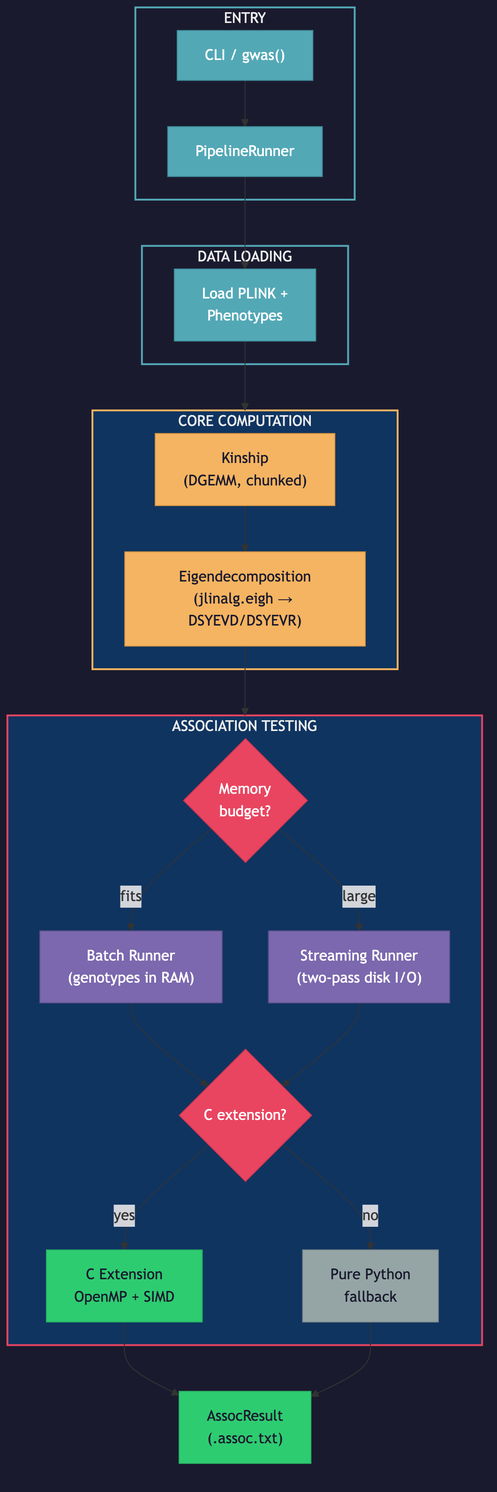
Before: docs/architecture.png, a diagram exported from Mermaid (michael-denyer/jamma). Its source is kept beside it as docs/architecture.mmd.
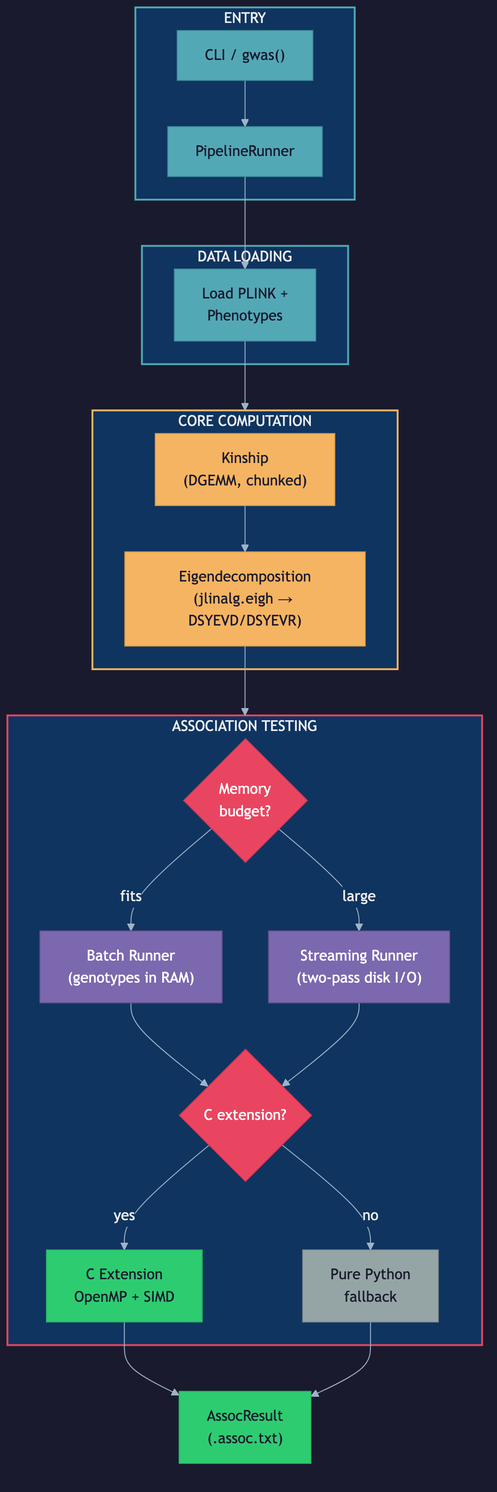
Above is the later version.

Commit message:
Fix the architecture diagram's arrows, edge labels and contrast (#352)

The edit, as a diff of the source:
```diff
@@ -1,3 +1,11 @@
+---
+config:
+  theme: base
+  themeVariables:
+    lineColor: "#9fb3c8"
+    primaryTextColor: "#eeeeee"
+    edgeLabelBackground: "#0f3460"
+---
 flowchart TD
     subgraph ENTRY["ENTRY"]
         CLI["CLI / gwas()"]
@@ -37,14 +45,14 @@
     C --> RES
     PY --> RES
 
-    style ENTRY fill:#1a1a2e,stroke:#53a8b6,color:#eee,stroke-width:2px
-    style IO fill:#1a1a2e,stroke:#53a8b6,color:#eee,stroke-width:2px
+    style ENTRY fill:#0f3460,stroke:#53a8b6,color:#eee,stroke-width:2px
+    style IO fill:#0f3460,stroke:#53a8b6,color:#eee,stroke-width:2px
     style CORE fill:#0f3460,stroke:#f5b461,color:#eee,stroke-width:2px
     style ASSOC fill:#0f3460,stroke:#e94560,color:#eee,stroke-width:2px
 
-    style CLI fill:#53a8b6,stroke:#3d8a96,color:#fff
-    style PIPE fill:#53a8b6,stroke:#3d8a96,color:#fff
-    style LOAD fill:#53a8b6,stroke:#3d8a96,color:#fff
+    style CLI fill:#53a8b6,stroke:#3d8a96,color:#1a1a2e
+    style PIPE fill:#53a8b6,stroke:#3d8a96,color:#1a1a2e
+    style LOAD fill:#53a8b6,stroke:#3d8a96,color:#1a1a2e
 
     style KIN fill:#f5b461,stroke:#d4943f,color:#1a1a2e
     style EIG fill:#f5b461,stroke:#d4943f,color:#1a1a2e
```
